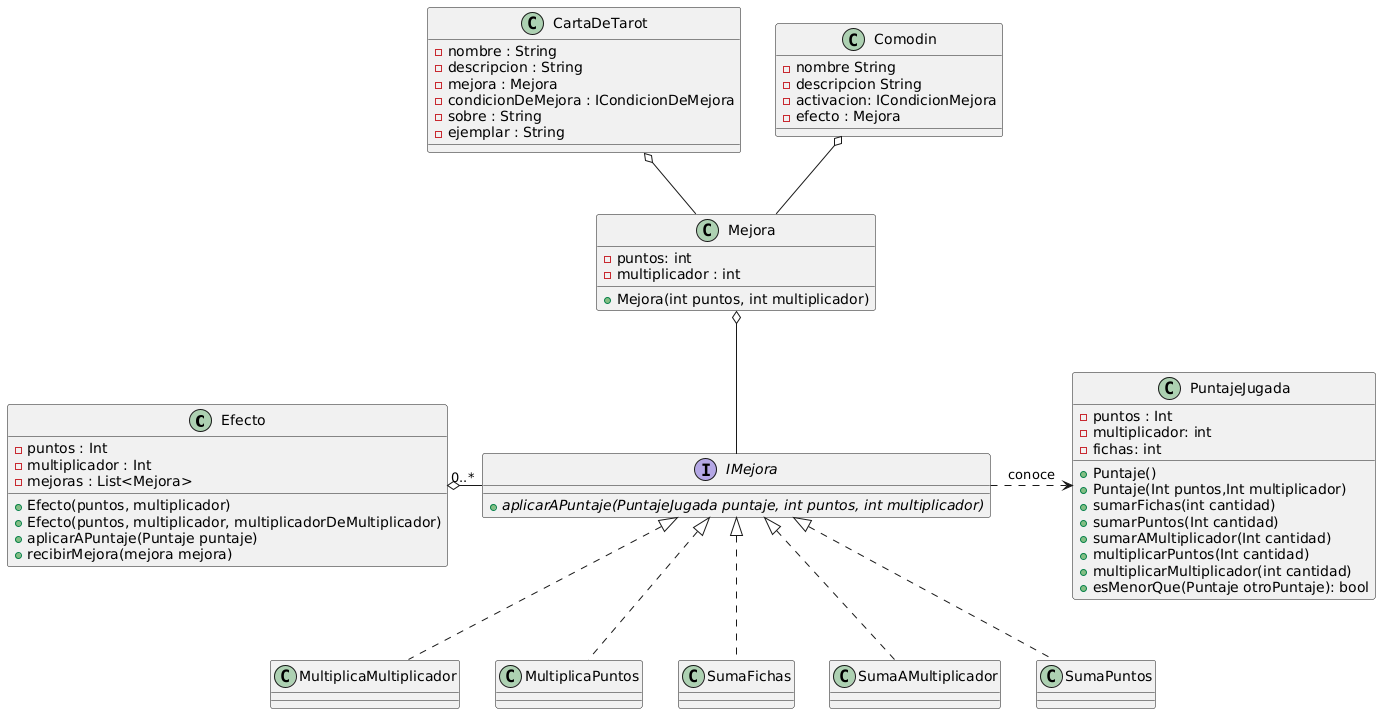
Before: diagrams/classes/DC-IMejoras.png, a diagram exported from PlantUML (Sotelo27/TP2-Balatro-Grupo-08).
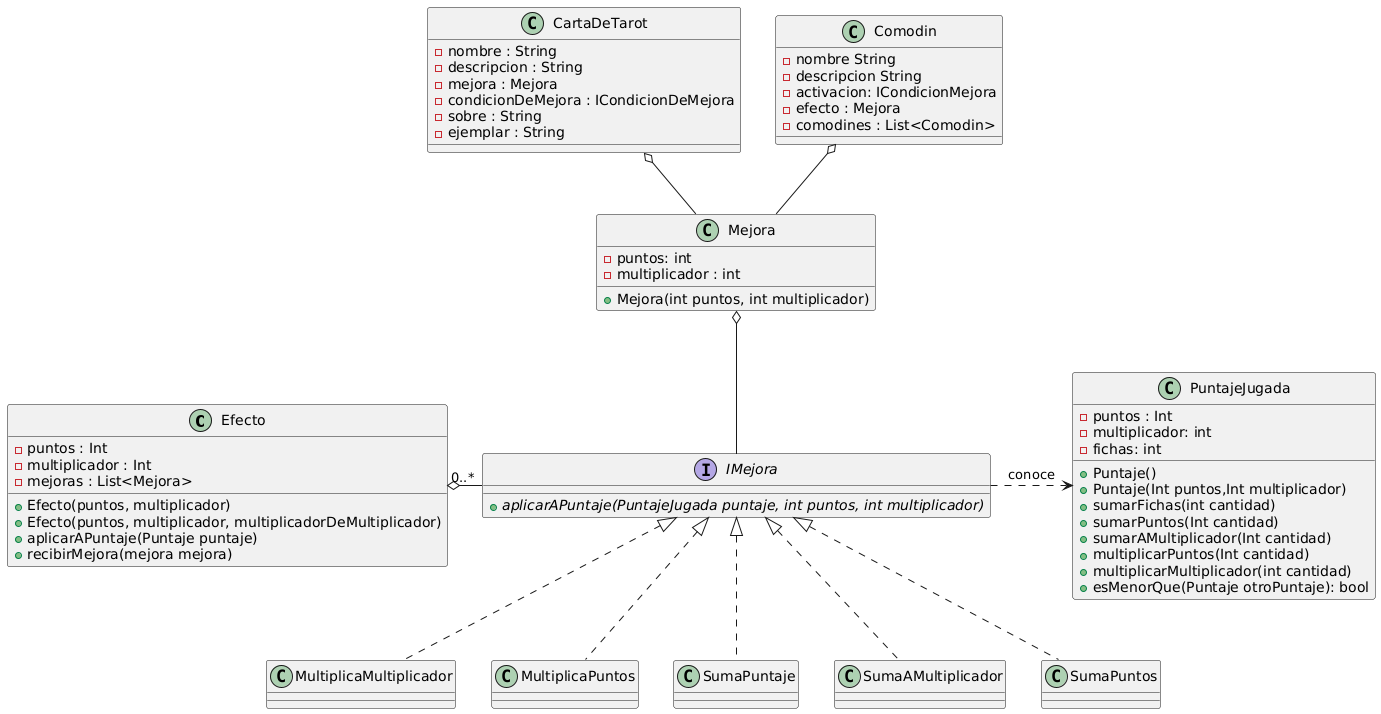
The same file after the commit.

What changed in the source:
```diff
@@ -33,7 +33,7 @@
 
   }
 
-class SumaFichas implements IMejora{
+class SumaPuntaje implements IMejora{
 
   }
 
@@ -61,7 +61,8 @@
   -  descripcion String
   -  activacion: ICondicionMejora
   -  efecto : Mejora
-  }
+  -  comodines : List<Comodin>
+}
 class Mejora{
   - puntos: int
   - multiplicador : int
```
